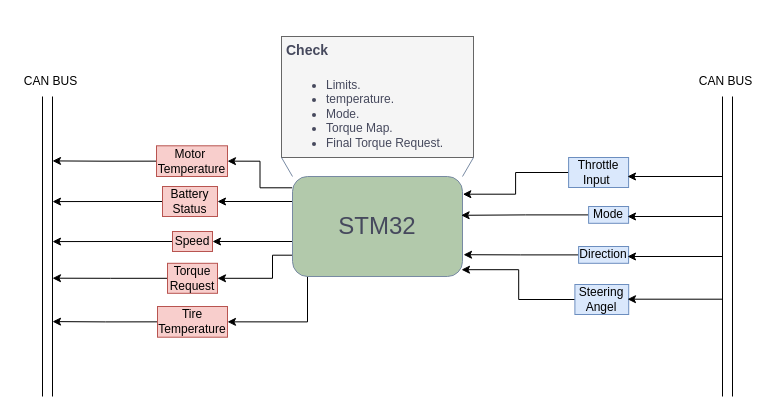
Above: VCU Diagram.drawio in Mostafa1Mahmoud/FlowChartofCarControlingSystem (draw.io), before the change. Source tidied: cells renumbered, new cells numbered last; positions are measured from the earlier drawing's top-left corner, leaving out a move shared by most shapes. Both pictures are drawn from the tidied source at 100%, with x=0, y=0 at pixel (17, 27).
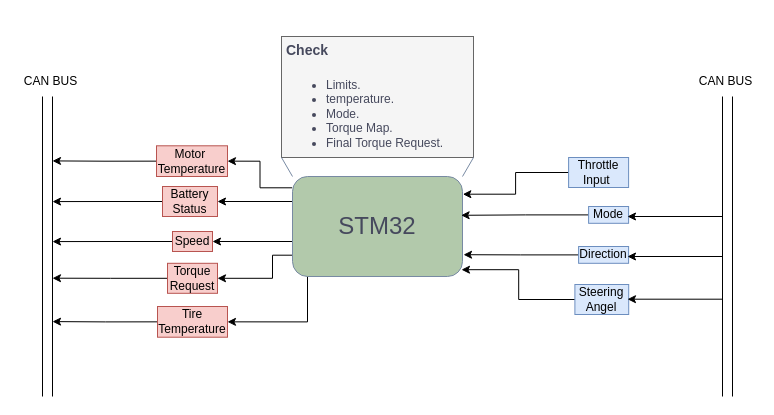
The same diagram, later.

Diff of the diagram source:
```diff
@@
-    <mxCell id="35" style="endArrow=classic;html=1;" parent="1" edge="1">
-      <mxGeometry relative="1" as="geometry">
-        <mxPoint x="705" y="149" as="sourcePoint" />
-        <mxPoint x="610" y="149" as="targetPoint" />
-      </mxGeometry>
-    </mxCell>
```
